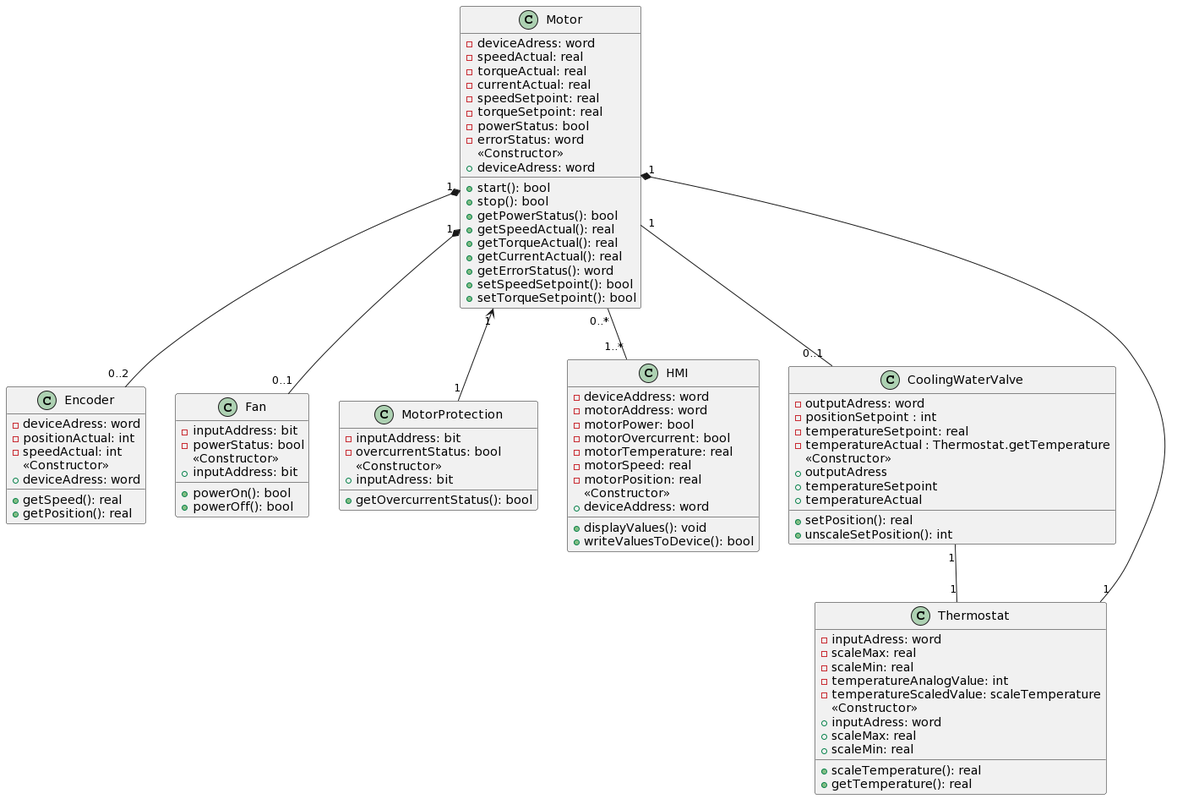
Above: Docs/ClassDiagram.png in silvanocirasa/TcMotorOOP (PlantUML), before the change. The source it was exported from:
```plantuml
@startuml
class Motor {
  -deviceAdress: word
  -speedActual: real
  -torqueActual: real
  -currentActual: real
  -speedSetpoint: real
  -torqueSetpoint: real
  -powerStatus: bool
  -errorStatus: word
  <<Constructor>>
  +deviceAdress: word

  +start(): bool
  +stop(): bool
  +getPowerStatus(): bool
  +getSpeedActual(): real
  +getTorqueActual(): real
  +getCurrentActual(): real
  +getErrorStatus(): word
  +setSpeedSetpoint(): bool
  +setTorqueSetpoint(): bool
}

together {
class HMI {
  -deviceAddress: word
  -motorAddress: word
  -motorPower: bool
  -motorOvercurrent: bool
  -motorTemperature: real
  -motorSpeed: real
  -motorPosition: real
  <<Constructor>>
  +deviceAddress: word

  +displayValues(): void
  +writeValuesToDevice(): bool
}

class MotorProtection {
  -inputAddress: bit
  -overcurrentStatus: bool
  <<Constructor>>
  +inputAdress: bit

  +getOvercurrentStatus(): bool

  }
}


class Encoder {
  -deviceAdress: word
  -positionActual: int
  -speedActual: int
  <<Constructor>>
  +deviceAdress: word

  +getSpeed(): real
  +getPosition(): real
}

class Fan {
  -inputAddress: bit
  -powerStatus: bool
  <<Constructor>>
  +inputAddress: bit

  +powerOn(): bool
  +powerOff(): bool
}

together {
  class CoolingWaterValve {
  -outputAdress: word
  -positionSetpoint : int
  -temperatureSetpoint: real
  -temperatureActual : Thermostat.getTemperature
  <<Constructor>>
  +outputAdress
  +temperatureSetpoint
  +temperatureActual

  +setPosition(): real
  +unscaleSetPosition(): int
  }

  class Thermostat {
    -inputAdress: word
    -scaleMax: real
    -scaleMin: real
    -temperatureAnalogValue: int
    -temperatureScaledValue: scaleTemperature
    <<Constructor>>
    +inputAdress: word
    +scaleMax: real
    +scaleMin: real

    +scaleTemperature(): real
    +getTemperature(): real
  }
}

Motor "0..*" -- "1..*" HMI
Motor "1" <-- "1" MotorProtection
Motor "1" *-- "0..2" Encoder
Motor "1" *-- "0..1" Fan
Motor "1" -- "0..1" CoolingWaterValve
Motor "1" *-- "1" Thermostat
CoolingWaterValve "1" -- "1" Thermostat
@enduml
```
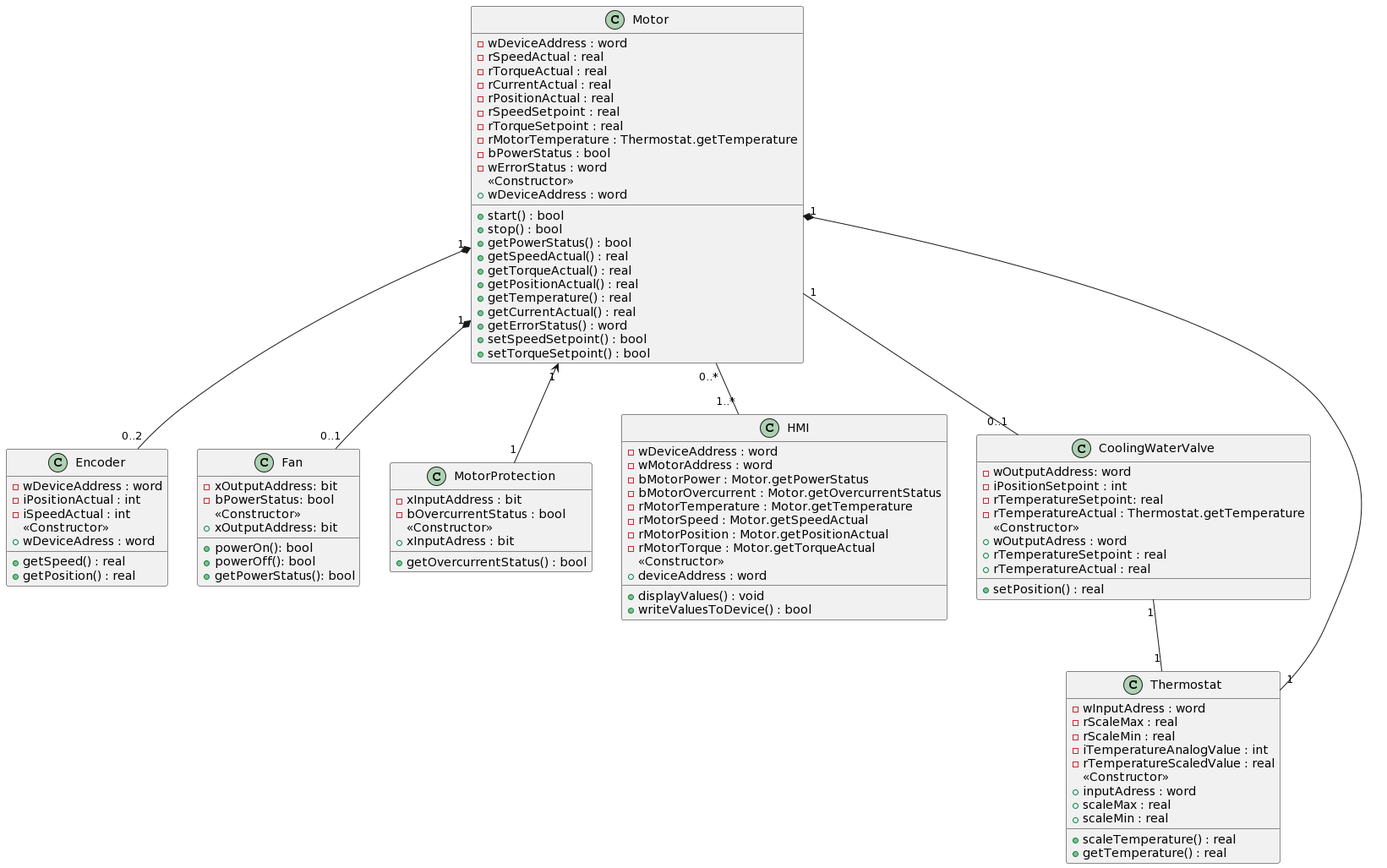
Above is the later version.

The edit, as a diff of the source:
```diff
@@ -1,104 +1,109 @@
 @startuml
 class Motor {
-  -deviceAdress: word
-  -speedActual: real
-  -torqueActual: real
-  -currentActual: real
-  -speedSetpoint: real
-  -torqueSetpoint: real
-  -powerStatus: bool
-  -errorStatus: word
+  -wDeviceAddress : word
+  -rSpeedActual : real
+  -rTorqueActual : real
+  -rCurrentActual : real
+  -rPositionActual : real
+  -rSpeedSetpoint : real
+  -rTorqueSetpoint : real
+  -rMotorTemperature : Thermostat.getTemperature
+  -bPowerStatus : bool
+  -wErrorStatus : word
   <<Constructor>>
-  +deviceAdress: word
+  +wDeviceAddress : word
 
-  +start(): bool
-  +stop(): bool
-  +getPowerStatus(): bool
-  +getSpeedActual(): real
-  +getTorqueActual(): real
-  +getCurrentActual(): real
-  +getErrorStatus(): word
-  +setSpeedSetpoint(): bool
-  +setTorqueSetpoint(): bool
+  +start() : bool
+  +stop() : bool
+  +getPowerStatus() : bool
+  +getSpeedActual() : real
+  +getTorqueActual() : real
+  +getPositionActual() : real
+  +getTemperature() : real
+  +getCurrentActual() : real
+  +getErrorStatus() : word
+  +setSpeedSetpoint() : bool
+  +setTorqueSetpoint() : bool
 }
 
 together {
 class HMI {
-  -deviceAddress: word
-  -motorAddress: word
-  -motorPower: bool
-  -motorOvercurrent: bool
-  -motorTemperature: real
-  -motorSpeed: real
-  -motorPosition: real
+  -wDeviceAddress : word
+  -wMotorAddress : word
+  -bMotorPower : Motor.getPowerStatus
+  -bMotorOvercurrent : Motor.getOvercurrentStatus
+  -rMotorTemperature : Motor.getTemperature
+  -rMotorSpeed : Motor.getSpeedActual
+  -rMotorPosition : Motor.getPositionActual
+  -rMotorTorque : Motor.getTorqueActual
   <<Constructor>>
-  +deviceAddress: word
+  +deviceAddress : word
 
-  +displayValues(): void
-  +writeValuesToDevice(): bool
+  +displayValues() : void
+  +writeValuesToDevice() : bool
 }
 
 class MotorProtection {
-  -inputAddress: bit
-  -overcurrentStatus: bool
+  -xInputAddress : bit
+  -bOvercurrentStatus : bool
   <<Constructor>>
-  +inputAdress: bit
+  +xInputAdress : bit
 
-  +getOvercurrentStatus(): bool
+  +getOvercurrentStatus() : bool
 
   }
 }
 
 
 class Encoder {
-  -deviceAdress: word
-  -positionActual: int
-  -speedActual: int
+  -wDeviceAddress : word
+  -iPositionActual : int
+  -iSpeedActual : int
   <<Constructor>>
-  +deviceAdress: word
+  +wDeviceAdress : word
 
-  +getSpeed(): real
-  +getPosition(): real
+  +getSpeed() : real
+  +getPosition() : real
 }
 
 class Fan {
-  -inputAddress: bit
-  -powerStatus: bool
+  -xOutputAddress: bit
+  -bPowerStatus: bool
   <<Constructor>>
-  +inputAddress: bit
+  +xOutputAddress: bit
 
   +powerOn(): bool
   +powerOff(): bool
+  +getPowerStatus(): bool
 }
 
 together {
   class CoolingWaterValve {
-  -outputAdress: word
-  -positionSetpoint : int
-  -temperatureSetpoint: real
-  -temperatureActual : Thermostat.getTemperature
+  -wOutputAddress: word
+  -iPositionSetpoint : int
+  -rTemperatureSetpoint: real
+  -rTemperatureActual : Thermostat.getTemperature
   <<Constructor>>
-  +outputAdress
-  +temperatureSetpoint
-  +temperatureActual
+  +wOutputAdress : word
+  +rTemperatureSetpoint : real
+  +rTemperatureActual : real
 
-  +setPosition(): real
-  +unscaleSetPosition(): int
+  +setPosition() : real
   }
 
   class Thermostat {
-    -inputAdress: word
-    -scaleMax: real
-    -scaleMin: real
-    -temperatureAnalogValue: int
-    -temperatureScaledValue: scaleTemperature
+    -wInputAdress : word
+    -rScaleMax : real
+    -rScaleMin : real
+    -iTemperatureAnalogValue : int
+    -rTemperatureScaledValue : real
     <<Constructor>>
-    +inputAdress: word
-    +scaleMax: real
-    +scaleMin: real
+    +inputAdress : word
+    +scaleMax : real
+    +scaleMin : real
 
-    +scaleTemperature(): real
-    +getTemperature(): real
+    +scaleTemperature() : real
+    +getTemperature() : real
   }
 }
 
```
